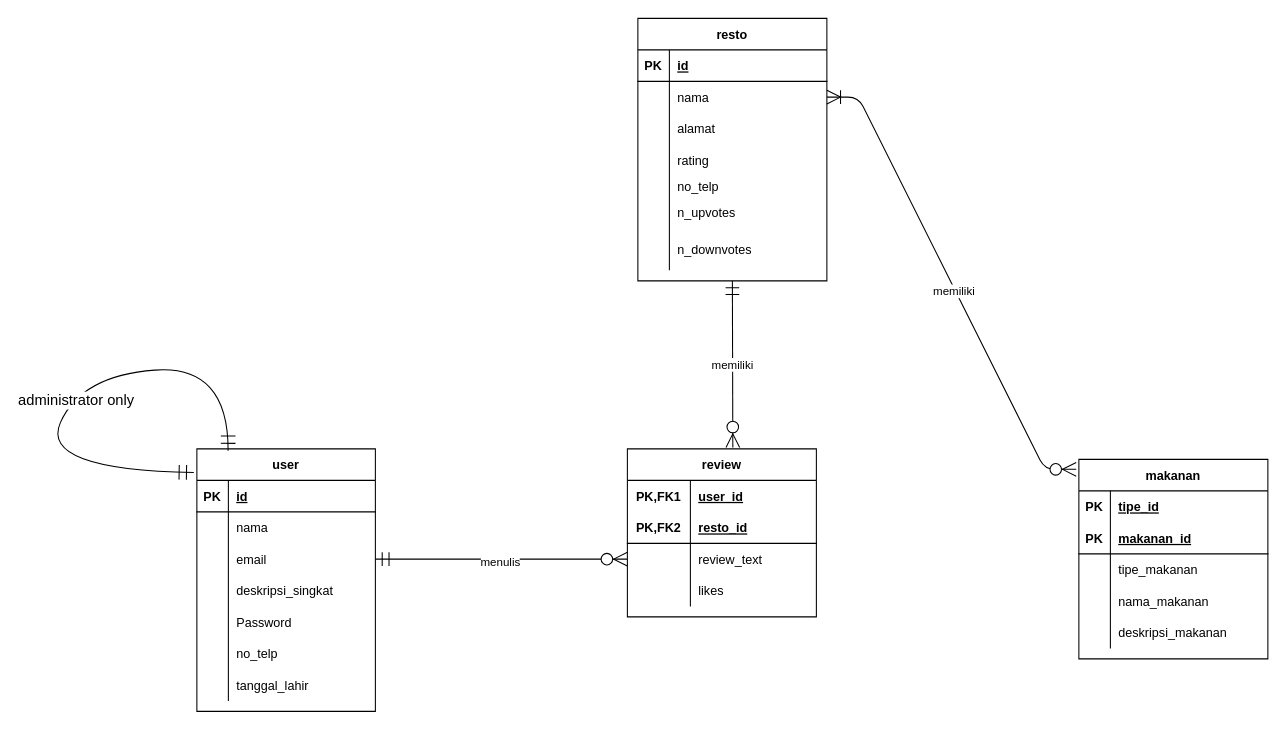
This is database/ERD EzEats.drawio from tifanee/rpl-ez, a draw.io file, before an edit. Source tidied: cells renumbered, new cells numbered last; positions are measured from the earlier drawing's top-left corner, leaving out a move shared by most shapes. Both pictures are drawn from the tidied source at 105%, with x=0, y=0 at pixel (39, 18).
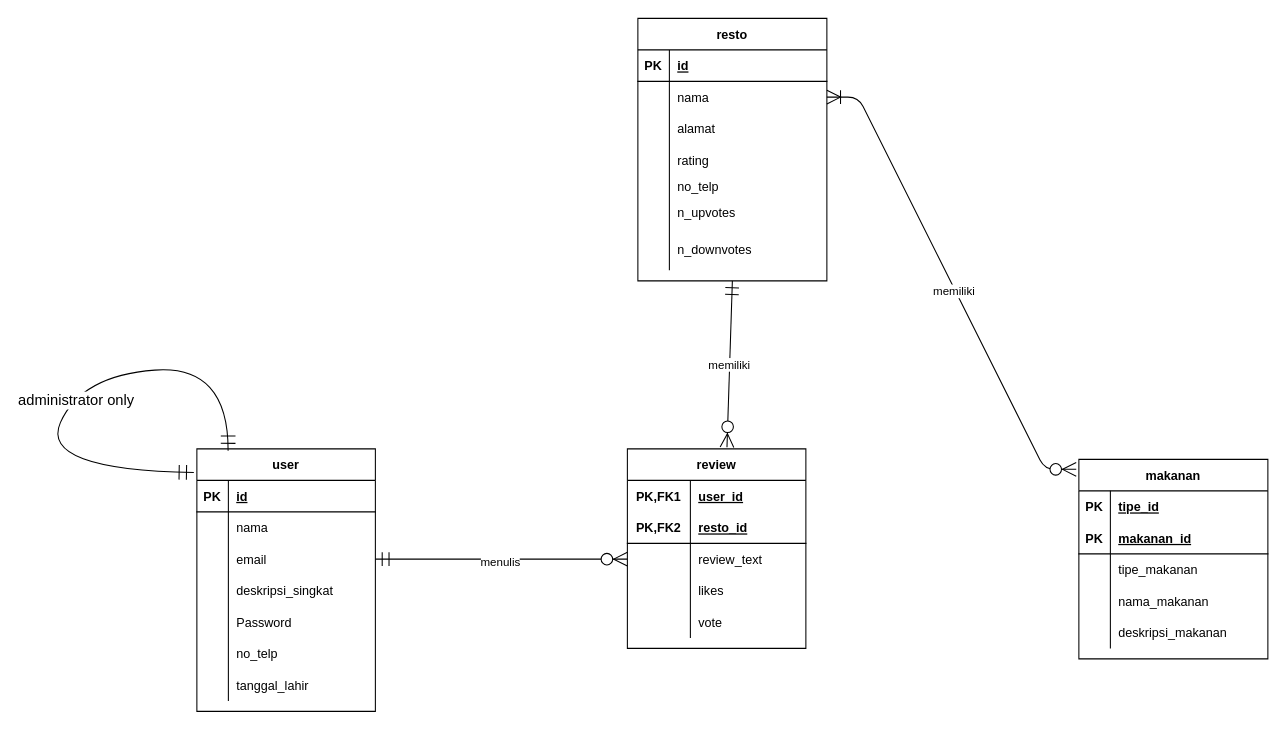
The same page after the edit.

Change to the diagram source:
```diff
@@
     <mxCell id="69" value="review" style="shape=table;startSize=30;childLayout=tableLayout;rowLines=0;fontStyle=1;align=center;" parent="1" vertex="1">
-      <mxGeometry x="560" y="410" width="180" height="160" as="geometry" />
+      <mxGeometry x="560" y="410" width="170" height="190" as="geometry" />
     </mxCell>
     <mxCell id="70" style="shape=partialRectangle;fillColor=none;top=0;left=0;bottom=0;right=0;" parent="69" vertex="1">
-      <mxGeometry y="30" width="180" height="30" as="geometry" />
+      <mxGeometry y="30" width="170" height="30" as="geometry" />
     </mxCell>
@@
     <mxCell id="72" value="user_id" style="shape=partialRectangle;fillColor=none;top=0;left=0;bottom=0;right=0;align=left;spacingLeft=6;fontStyle=5;overflow=hidden;" parent="70" vertex="1">
-      <mxGeometry x="60" width="120" height="30" as="geometry" />
+      <mxGeometry x="60" width="110" height="30" as="geometry" />
     </mxCell>
     <mxCell id="73" style="shape=partialRectangle;fillColor=none;top=0;left=0;bottom=1;right=0;" parent="69" vertex="1">
-      <mxGeometry y="60" width="180" height="30" as="geometry" />
+      <mxGeometry y="60" width="170" height="30" as="geometry" />
     </mxCell>
@@
     <mxCell id="75" value="resto_id" style="shape=partialRectangle;fillColor=none;top=0;left=0;bottom=0;right=0;align=left;spacingLeft=6;fontStyle=5;overflow=hidden;" parent="73" vertex="1">
-      <mxGeometry x="60" width="120" height="30" as="geometry" />
+      <mxGeometry x="60" width="110" height="30" as="geometry" />
     </mxCell>
     <mxCell id="76" style="shape=partialRectangle;fillColor=none;top=0;left=0;bottom=0;right=0;points=[[0,0.5],[1,0.5]];portConstraint=eastwest;" parent="69" vertex="1">
-      <mxGeometry y="90" width="180" height="30" as="geometry" />
+      <mxGeometry y="90" width="170" height="30" as="geometry" />
     </mxCell>
@@
     <mxCell id="78" value="review_text" style="shape=partialRectangle;fillColor=none;top=0;left=0;bottom=0;right=0;align=left;spacingLeft=6;overflow=hidden;" parent="76" vertex="1">
-      <mxGeometry x="60" width="120" height="30" as="geometry" />
+      <mxGeometry x="60" width="110" height="30" as="geometry" />
     </mxCell>
     <mxCell id="79" style="shape=partialRectangle;fillColor=none;top=0;left=0;bottom=0;right=0;" parent="69" vertex="1">
-      <mxGeometry y="120" width="180" height="30" as="geometry" />
+      <mxGeometry y="120" width="170" height="30" as="geometry" />
     </mxCell>
@@
     <mxCell id="81" value="likes" style="shape=partialRectangle;fillColor=none;top=0;left=0;bottom=0;right=0;align=left;spacingLeft=6;overflow=hidden;" parent="79" vertex="1">
-      <mxGeometry x="60" width="120" height="30" as="geometry" />
+      <mxGeometry x="60" width="110" height="30" as="geometry" />
     </mxCell>
+    <mxCell id="82" style="shape=partialRectangle;fillColor=none;top=0;left=0;bottom=0;right=0;" parent="69" vertex="1">
+      <mxGeometry y="150" width="170" height="30" as="geometry" />
+    </mxCell>
+    <mxCell id="83" style="shape=partialRectangle;fillColor=none;top=0;left=0;bottom=0;right=0;overflow=hidden;" parent="82" vertex="1">
+      <mxGeometry width="60" height="30" as="geometry" />
+    </mxCell>
+    <mxCell id="84" value="vote" style="shape=partialRectangle;fillColor=none;top=0;left=0;bottom=0;right=0;align=left;spacingLeft=6;overflow=hidden;" parent="82" vertex="1">
+      <mxGeometry x="60" width="110" height="30" as="geometry" />
+    </mxCell>
```
